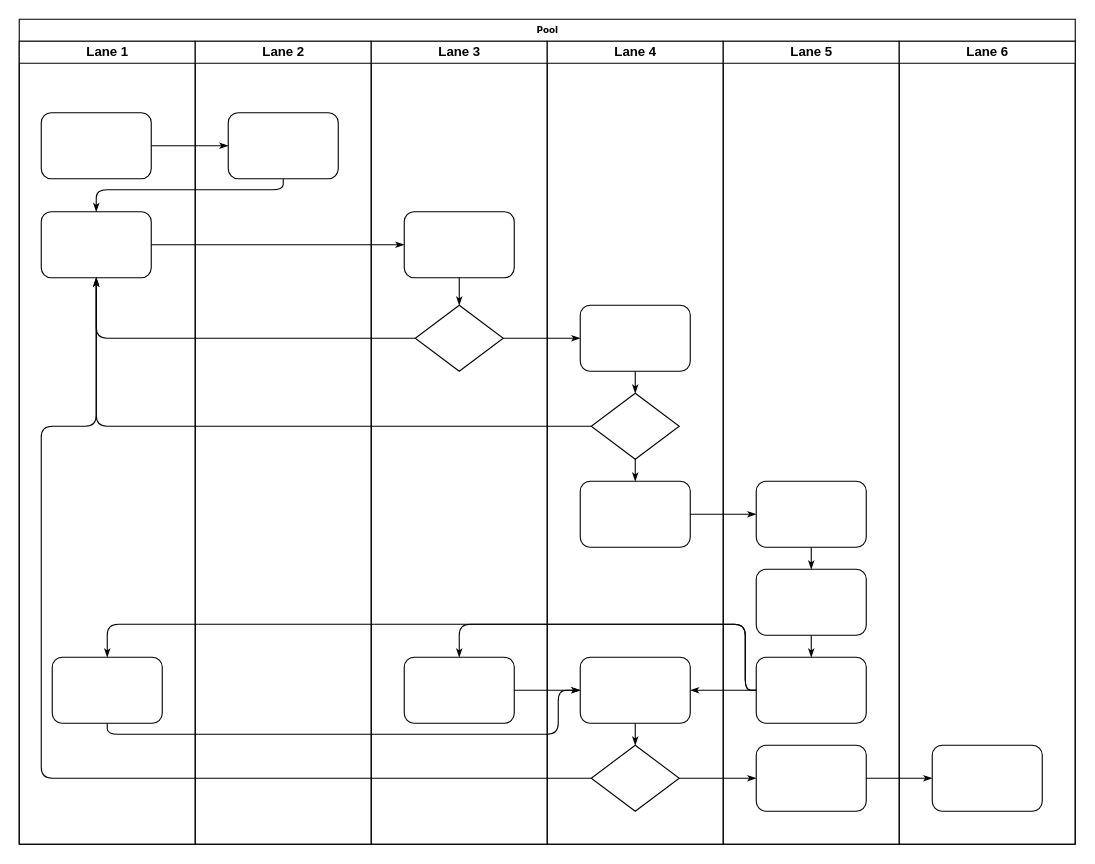
Above: 访客整体流程图.drawio in chwnjianhui/draw.io (draw.io), before the change. Source tidied: cells renumbered, new cells numbered last; positions are measured from the earlier drawing's top-left corner, leaving out a move shared by most shapes. Both pictures are drawn from the tidied source at 110%, with x=0, y=0 at pixel (19, 19).
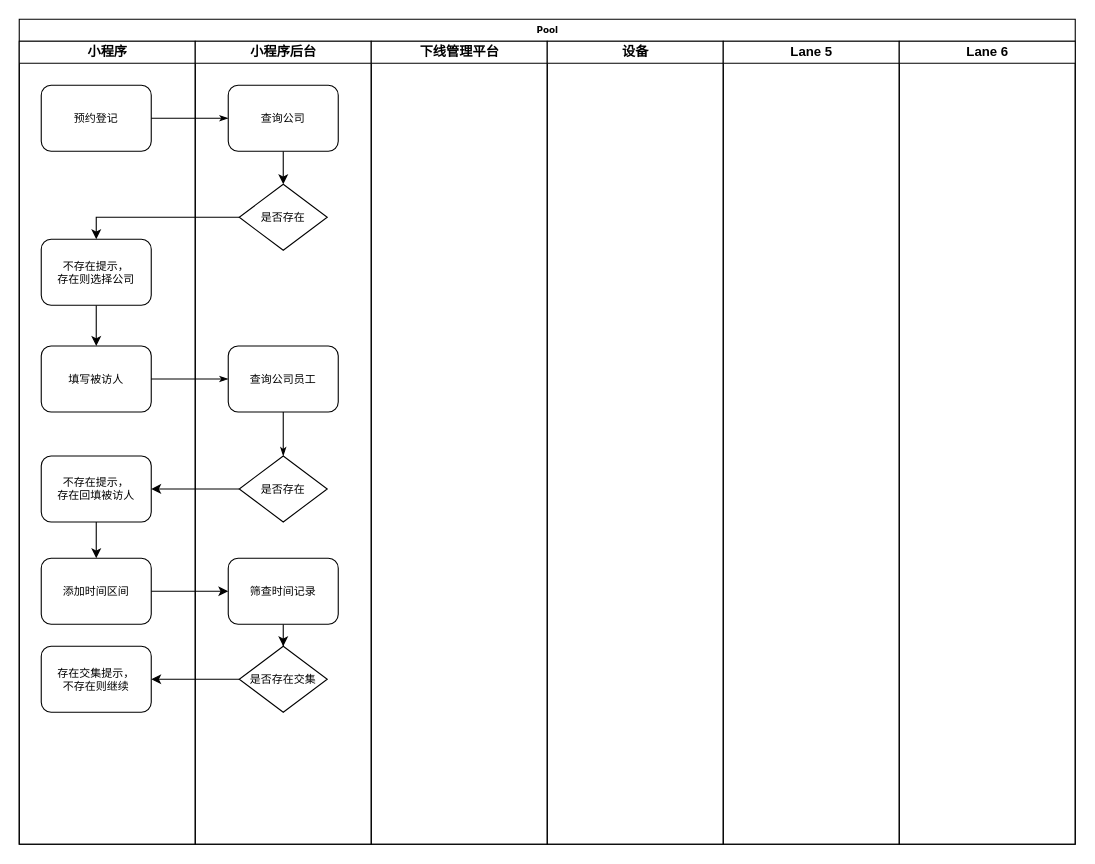
Above is the later version.

Commit message:
更新访客整体流程图.drawio

Unchanged cells that the change refers to:
```xml
<mxCell id="2" value="Pool" style="swimlane;html=1;startSize=20;rounded=0;shadow=0;labelBackgroundColor=none;strokeWidth=1;fontFamily=Verdana;fontSize=8;align=center;" parent="1" vertex="1">
  <mxGeometry width="960" height="750" as="geometry" />
</mxCell>
<mxCell id="38" value="Lane 5" style="swimlane;html=1;startSize=20;" parent="2" vertex="1">
  <mxGeometry x="640" y="20" width="160" height="730" as="geometry" />
</mxCell>
<mxCell id="45" value="Lane 6" style="swimlane;html=1;startSize=20;" parent="2" vertex="1">
  <mxGeometry x="800" y="20" width="160" height="730" as="geometry" />
</mxCell>
```

Diff of the diagram source:
```diff
@@
-    <mxCell id="3" value="Lane 1" style="swimlane;html=1;startSize=20;" parent="2" vertex="1">
+    <mxCell id="3" value="小程序" style="swimlane;html=1;startSize=20;" parent="2" vertex="1">
       <mxGeometry y="20" width="160" height="730" as="geometry" />
     </mxCell>
-    <mxCell id="4" style="rounded=1;whiteSpace=wrap;html=1;shadow=0;labelBackgroundColor=none;strokeWidth=1;fontFamily=Verdana;fontSize=8;align=center;" parent="3" vertex="1">
-      <mxGeometry x="20" y="65" width="100" height="60" as="geometry" />
-    </mxCell>
-    <mxCell id="5" style="rounded=1;whiteSpace=wrap;html=1;shadow=0;labelBackgroundColor=none;strokeWidth=1;fontFamily=Verdana;fontSize=8;align=center;" parent="3" vertex="1">
-      <mxGeometry x="20" y="155" width="100" height="60" as="geometry" />
-    </mxCell>
-    <mxCell id="6" style="rounded=1;whiteSpace=wrap;html=1;shadow=0;labelBackgroundColor=none;strokeWidth=1;fontFamily=Verdana;fontSize=8;align=center;" parent="3" vertex="1">
-      <mxGeometry x="30" y="560" width="100" height="60" as="geometry" />
-    </mxCell>
-    <mxCell id="7" style="edgeStyle=orthogonalEdgeStyle;rounded=1;html=1;labelBackgroundColor=none;startArrow=none;startFill=0;startSize=5;endArrow=classicThin;endFill=1;endSize=5;jettySize=auto;strokeWidth=1;fontFamily=Verdana;fontSize=8;" parent="2" edge="1" source="4" target="23">
-      <mxGeometry relative="1" as="geometry" />
-    </mxCell>
-    <mxCell id="8" style="edgeStyle=orthogonalEdgeStyle;rounded=1;html=1;labelBackgroundColor=none;startArrow=none;startFill=0;startSize=5;endArrow=classicThin;endFill=1;endSize=5;jettySize=auto;strokeWidth=1;fontFamily=Verdana;fontSize=8;" parent="2" edge="1" source="23" target="5">
-      <mxGeometry relative="1" as="geometry">
-        <Array as="points">
-          <mxPoint x="240" y="155" />
-          <mxPoint x="70" y="155" />
-        </Array>
-      </mxGeometry>
-    </mxCell>
-    <mxCell id="9" style="edgeStyle=orthogonalEdgeStyle;rounded=1;html=1;labelBackgroundColor=none;startArrow=none;startFill=0;startSize=5;endArrow=classicThin;endFill=1;endSize=5;jettySize=auto;strokeWidth=1;fontFamily=Verdana;fontSize=8;" parent="2" edge="1" source="5" target="25">
-      <mxGeometry relative="1" as="geometry" />
-    </mxCell>
-    <mxCell id="10" style="edgeStyle=orthogonalEdgeStyle;rounded=1;html=1;labelBackgroundColor=none;startArrow=none;startFill=0;startSize=5;endArrow=classicThin;endFill=1;endSize=5;jettySize=auto;strokeWidth=1;fontFamily=Verdana;fontSize=8;" parent="2" edge="1" source="26" target="5">
-      <mxGeometry relative="1" as="geometry" />
-    </mxCell>
-    <mxCell id="11" style="edgeStyle=orthogonalEdgeStyle;rounded=1;html=1;labelBackgroundColor=none;startArrow=none;startFill=0;startSize=5;endArrow=classicThin;endFill=1;endSize=5;jettySize=auto;strokeWidth=1;fontFamily=Verdana;fontSize=8;" parent="2" edge="1" source="31" target="5">
-      <mxGeometry relative="1" as="geometry" />
-    </mxCell>
-    <mxCell id="12" style="edgeStyle=orthogonalEdgeStyle;rounded=1;html=1;labelBackgroundColor=none;startArrow=none;startFill=0;startSize=5;endArrow=classicThin;endFill=1;endSize=5;jettySize=auto;strokeWidth=1;fontFamily=Verdana;fontSize=8;" parent="2" edge="1" source="34" target="5">
-      <mxGeometry relative="1" as="geometry">
-        <Array as="points">
-          <mxPoint x="20" y="690" />
-          <mxPoint x="20" y="370" />
-          <mxPoint x="70" y="370" />
-        </Array>
-      </mxGeometry>
-    </mxCell>
-    <mxCell id="13" style="edgeStyle=orthogonalEdgeStyle;rounded=1;html=1;labelBackgroundColor=none;startArrow=none;startFill=0;startSize=5;endArrow=classicThin;endFill=1;endSize=5;jettySize=auto;strokeWidth=1;fontFamily=Verdana;fontSize=8;" parent="2" edge="1" source="26" target="30">
-      <mxGeometry relative="1" as="geometry" />
-    </mxCell>
-    <mxCell id="14" style="edgeStyle=orthogonalEdgeStyle;rounded=1;html=1;labelBackgroundColor=none;startArrow=none;startFill=0;startSize=5;endArrow=classicThin;endFill=1;endSize=5;jettySize=auto;strokeWidth=1;fontFamily=Verdana;fontSize=8;" parent="2" edge="1" source="34" target="42">
-      <mxGeometry relative="1" as="geometry" />
-    </mxCell>
-    <mxCell id="15" style="edgeStyle=orthogonalEdgeStyle;rounded=1;html=1;labelBackgroundColor=none;startArrow=none;startFill=0;startSize=5;endArrow=classicThin;endFill=1;endSize=5;jettySize=auto;strokeWidth=1;fontFamily=Verdana;fontSize=8;" parent="2" edge="1" source="42" target="46">
-      <mxGeometry relative="1" as="geometry" />
-    </mxCell>
-    <mxCell id="16" style="edgeStyle=orthogonalEdgeStyle;rounded=1;html=1;labelBackgroundColor=none;startArrow=none;startFill=0;startSize=5;endArrow=classicThin;endFill=1;endSize=5;jettySize=auto;strokeWidth=1;fontFamily=Verdana;fontSize=8;" parent="2" edge="1" source="32" target="39">
-      <mxGeometry relative="1" as="geometry" />
-    </mxCell>
-    <mxCell id="17" style="edgeStyle=orthogonalEdgeStyle;rounded=1;html=1;labelBackgroundColor=none;startArrow=none;startFill=0;startSize=5;endArrow=classicThin;endFill=1;endSize=5;jettySize=auto;strokeWidth=1;fontFamily=Verdana;fontSize=8;" parent="2" edge="1" source="41" target="27">
-      <mxGeometry relative="1" as="geometry">
-        <Array as="points">
-          <mxPoint x="660" y="610" />
-          <mxPoint x="660" y="550" />
-          <mxPoint x="400" y="550" />
-        </Array>
-      </mxGeometry>
-    </mxCell>
-    <mxCell id="18" style="edgeStyle=orthogonalEdgeStyle;rounded=1;html=1;labelBackgroundColor=none;startArrow=none;startFill=0;startSize=5;endArrow=classicThin;endFill=1;endSize=5;jettySize=auto;strokeColor=#000000;strokeWidth=1;fontFamily=Verdana;fontSize=8;fontColor=#000000;" parent="2" edge="1" source="41" target="33">
-      <mxGeometry relative="1" as="geometry" />
-    </mxCell>
-    <mxCell id="19" style="edgeStyle=orthogonalEdgeStyle;rounded=1;html=1;labelBackgroundColor=none;startArrow=none;startFill=0;startSize=5;endArrow=classicThin;endFill=1;endSize=5;jettySize=auto;strokeWidth=1;fontFamily=Verdana;fontSize=8;" parent="2" edge="1" source="41" target="6">
-      <mxGeometry relative="1" as="geometry">
-        <Array as="points">
-          <mxPoint x="660" y="610" />
-          <mxPoint x="660" y="550" />
-          <mxPoint x="80" y="550" />
-        </Array>
-      </mxGeometry>
-    </mxCell>
-    <mxCell id="20" style="edgeStyle=orthogonalEdgeStyle;rounded=1;html=1;labelBackgroundColor=none;startArrow=none;startFill=0;startSize=5;endArrow=classicThin;endFill=1;endSize=5;jettySize=auto;strokeWidth=1;fontFamily=Verdana;fontSize=8;" parent="2" edge="1" source="6" target="33">
-      <mxGeometry relative="1" as="geometry">
-        <Array as="points">
-          <mxPoint x="80" y="650" />
-          <mxPoint x="490" y="650" />
-          <mxPoint x="490" y="610" />
-        </Array>
-      </mxGeometry>
-    </mxCell>
-    <mxCell id="21" style="edgeStyle=orthogonalEdgeStyle;rounded=1;html=1;labelBackgroundColor=none;startArrow=none;startFill=0;startSize=5;endArrow=classicThin;endFill=1;endSize=5;jettySize=auto;strokeWidth=1;fontFamily=Verdana;fontSize=8;" parent="2" edge="1" source="27" target="33">
-      <mxGeometry relative="1" as="geometry" />
-    </mxCell>
-    <mxCell id="22" value="Lane 2" style="swimlane;html=1;startSize=20;" parent="2" vertex="1">
+    <mxCell id="22" value="小程序后台" style="swimlane;html=1;startSize=20;" parent="2" vertex="1">
       <mxGeometry x="160" y="20" width="160" height="730" as="geometry" />
     </mxCell>
-    <mxCell id="23" style="rounded=1;whiteSpace=wrap;html=1;shadow=0;labelBackgroundColor=none;strokeWidth=1;fontFamily=Verdana;fontSize=8;align=center;" parent="22" vertex="1">
-      <mxGeometry x="30" y="65" width="100" height="60" as="geometry" />
-    </mxCell>
-    <mxCell id="24" value="Lane 3" style="swimlane;html=1;startSize=20;" parent="2" vertex="1">
+    <mxCell id="24" value="下线管理平台" style="swimlane;html=1;startSize=20;" parent="2" vertex="1">
       <mxGeometry x="320" y="20" width="160" height="730" as="geometry" />
     </mxCell>
-    <mxCell id="25" style="rounded=1;whiteSpace=wrap;html=1;shadow=0;labelBackgroundColor=none;strokeWidth=1;fontFamily=Verdana;fontSize=8;align=center;" parent="24" vertex="1">
-      <mxGeometry x="30" y="155" width="100" height="60" as="geometry" />
-    </mxCell>
-    <mxCell id="26" style="rhombus;whiteSpace=wrap;html=1;rounded=0;shadow=0;labelBackgroundColor=none;strokeWidth=1;fontFamily=Verdana;fontSize=8;align=center;" parent="24" vertex="1">
-      <mxGeometry x="40" y="240" width="80" height="60" as="geometry" />
-    </mxCell>
-    <mxCell id="27" style="rounded=1;whiteSpace=wrap;html=1;shadow=0;labelBackgroundColor=none;strokeWidth=1;fontFamily=Verdana;fontSize=8;align=center;" parent="24" vertex="1">
-      <mxGeometry x="30" y="560" width="100" height="60" as="geometry" />
-    </mxCell>
-    <mxCell id="28" style="edgeStyle=orthogonalEdgeStyle;rounded=1;html=1;labelBackgroundColor=none;startArrow=none;startFill=0;startSize=5;endArrow=classicThin;endFill=1;endSize=5;jettySize=auto;strokeWidth=1;fontFamily=Verdana;fontSize=8;" parent="24" edge="1" source="25" target="26">
-      <mxGeometry relative="1" as="geometry" />
-    </mxCell>
-    <mxCell id="29" value="Lane 4" style="swimlane;html=1;startSize=20;" parent="2" vertex="1">
+    <mxCell id="29" value="设备" style="swimlane;html=1;startSize=20;" parent="2" vertex="1">
       <mxGeometry x="480" y="20" width="160" height="730" as="geometry" />
     </mxCell>
-    <mxCell id="30" style="rounded=1;whiteSpace=wrap;html=1;shadow=0;labelBackgroundColor=none;strokeWidth=1;fontFamily=Verdana;fontSize=8;align=center;" parent="29" vertex="1">
-      <mxGeometry x="30" y="240" width="100" height="60" as="geometry" />
-    </mxCell>
-    <mxCell id="31" style="rhombus;whiteSpace=wrap;html=1;rounded=0;shadow=0;labelBackgroundColor=none;strokeWidth=1;fontFamily=Verdana;fontSize=8;align=center;" parent="29" vertex="1">
-      <mxGeometry x="40" y="320" width="80" height="60" as="geometry" />
-    </mxCell>
-    <mxCell id="32" style="rounded=1;whiteSpace=wrap;html=1;shadow=0;labelBackgroundColor=none;strokeWidth=1;fontFamily=Verdana;fontSize=8;align=center;" parent="29" vertex="1">
-      <mxGeometry x="30" y="400" width="100" height="60" as="geometry" />
-    </mxCell>
-    <mxCell id="33" style="rounded=1;whiteSpace=wrap;html=1;shadow=0;labelBackgroundColor=none;strokeWidth=1;fontFamily=Verdana;fontSize=8;align=center;" parent="29" vertex="1">
-      <mxGeometry x="30" y="560" width="100" height="60" as="geometry" />
-    </mxCell>
-    <mxCell id="34" style="rhombus;whiteSpace=wrap;html=1;rounded=0;shadow=0;labelBackgroundColor=none;strokeWidth=1;fontFamily=Verdana;fontSize=8;align=center;" parent="29" vertex="1">
-      <mxGeometry x="40" y="640" width="80" height="60" as="geometry" />
-    </mxCell>
-    <mxCell id="35" style="edgeStyle=orthogonalEdgeStyle;rounded=1;html=1;labelBackgroundColor=none;startArrow=none;startFill=0;startSize=5;endArrow=classicThin;endFill=1;endSize=5;jettySize=auto;strokeColor=#000000;strokeWidth=1;fontFamily=Verdana;fontSize=8;fontColor=#000000;" parent="29" edge="1" source="30" target="31">
-      <mxGeometry relative="1" as="geometry" />
-    </mxCell>
-    <mxCell id="36" style="edgeStyle=orthogonalEdgeStyle;rounded=1;html=1;labelBackgroundColor=none;startArrow=none;startFill=0;startSize=5;endArrow=classicThin;endFill=1;endSize=5;jettySize=auto;strokeWidth=1;fontFamily=Verdana;fontSize=8;" parent="29" edge="1" source="31" target="32">
-      <mxGeometry relative="1" as="geometry" />
-    </mxCell>
-    <mxCell id="37" style="edgeStyle=orthogonalEdgeStyle;rounded=1;html=1;labelBackgroundColor=none;startArrow=none;startFill=0;startSize=5;endArrow=classicThin;endFill=1;endSize=5;jettySize=auto;strokeWidth=1;fontFamily=Verdana;fontSize=8;" parent="29" edge="1" source="33" target="34">
-      <mxGeometry relative="1" as="geometry" />
-    </mxCell>
@@
-    <mxCell id="39" style="rounded=1;whiteSpace=wrap;html=1;shadow=0;labelBackgroundColor=none;strokeWidth=1;fontFamily=Verdana;fontSize=8;align=center;" parent="38" vertex="1">
-      <mxGeometry x="30" y="400" width="100" height="60" as="geometry" />
-    </mxCell>
-    <mxCell id="40" style="rounded=1;whiteSpace=wrap;html=1;shadow=0;labelBackgroundColor=none;strokeWidth=1;fontFamily=Verdana;fontSize=8;align=center;" parent="38" vertex="1">
-      <mxGeometry x="30" y="480" width="100" height="60" as="geometry" />
-    </mxCell>
-    <mxCell id="41" style="rounded=1;whiteSpace=wrap;html=1;shadow=0;labelBackgroundColor=none;strokeWidth=1;fontFamily=Verdana;fontSize=8;align=center;" parent="38" vertex="1">
-      <mxGeometry x="30" y="560" width="100" height="60" as="geometry" />
-    </mxCell>
-    <mxCell id="42" style="rounded=1;whiteSpace=wrap;html=1;shadow=0;labelBackgroundColor=none;strokeWidth=1;fontFamily=Verdana;fontSize=8;align=center;" parent="38" vertex="1">
-      <mxGeometry x="30" y="640" width="100" height="60" as="geometry" />
-    </mxCell>
-    <mxCell id="43" style="edgeStyle=orthogonalEdgeStyle;rounded=1;html=1;labelBackgroundColor=none;startArrow=none;startFill=0;startSize=5;endArrow=classicThin;endFill=1;endSize=5;jettySize=auto;strokeWidth=1;fontFamily=Verdana;fontSize=8;" parent="38" edge="1" source="39" target="40">
-      <mxGeometry relative="1" as="geometry" />
-    </mxCell>
-    <mxCell id="44" style="edgeStyle=orthogonalEdgeStyle;rounded=1;html=1;labelBackgroundColor=none;startArrow=none;startFill=0;startSize=5;endArrow=classicThin;endFill=1;endSize=5;jettySize=auto;strokeWidth=1;fontFamily=Verdana;fontSize=8;" parent="38" edge="1" source="40" target="41">
-      <mxGeometry relative="1" as="geometry" />
-    </mxCell>
@@
-    <mxCell id="46" style="rounded=1;whiteSpace=wrap;html=1;shadow=0;labelBackgroundColor=none;strokeWidth=1;fontFamily=Verdana;fontSize=8;align=center;" parent="45" vertex="1">
-      <mxGeometry x="30" y="640" width="100" height="60" as="geometry" />
-    </mxCell>
+    <mxCell id="47" value="预约登记" style="rounded=1;whiteSpace=wrap;html=1;shadow=0;labelBackgroundColor=none;strokeWidth=1;fontFamily=Verdana;fontSize=10;align=center;" parent="1" vertex="1">
+      <mxGeometry x="20" y="60" width="100" height="60" as="geometry" />
+    </mxCell>
+    <mxCell id="48" style="edgeStyle=orthogonalEdgeStyle;rounded=0;jettySize=auto;html=1;fontSize=10;" parent="1" edge="1" source="49" target="52">
+      <mxGeometry relative="1" as="geometry" />
+    </mxCell>
+    <mxCell id="49" value="不存在提示，&lt;br&gt;存在则选择公司" style="rounded=1;whiteSpace=wrap;html=1;shadow=0;labelBackgroundColor=none;strokeWidth=1;fontFamily=Verdana;fontSize=10;align=center;" parent="1" vertex="1">
+      <mxGeometry x="20" y="200" width="100" height="60" as="geometry" />
+    </mxCell>
+    <mxCell id="50" style="edgeStyle=orthogonalEdgeStyle;rounded=0;jettySize=auto;html=1;fontSize=10;" parent="1" edge="1" source="51" target="53">
+      <mxGeometry relative="1" as="geometry" />
+    </mxCell>
+    <mxCell id="51" value="不存在提示，&lt;br&gt;存在回填被访人" style="rounded=1;whiteSpace=wrap;html=1;shadow=0;labelBackgroundColor=none;strokeWidth=1;fontFamily=Verdana;fontSize=10;align=center;" parent="1" vertex="1">
+      <mxGeometry x="20" y="397" width="100" height="60" as="geometry" />
+    </mxCell>
+    <mxCell id="52" value="填写被访人" style="rounded=1;whiteSpace=wrap;html=1;shadow=0;labelBackgroundColor=none;strokeWidth=1;fontFamily=Verdana;fontSize=10;align=center;" parent="1" vertex="1">
+      <mxGeometry x="20" y="297" width="100" height="60" as="geometry" />
+    </mxCell>
+    <mxCell id="53" value="添加时间区间" style="rounded=1;whiteSpace=wrap;html=1;shadow=0;labelBackgroundColor=none;strokeWidth=1;fontFamily=Verdana;fontSize=10;align=center;" parent="1" vertex="1">
+      <mxGeometry x="20" y="490" width="100" height="60" as="geometry" />
+    </mxCell>
+    <mxCell id="54" value="存在交集提示，&lt;br&gt;不存在则继续" style="rounded=1;whiteSpace=wrap;html=1;shadow=0;labelBackgroundColor=none;strokeWidth=1;fontFamily=Verdana;fontSize=10;align=center;" parent="1" vertex="1">
+      <mxGeometry x="20" y="570" width="100" height="60" as="geometry" />
+    </mxCell>
+    <mxCell id="55" style="edgeStyle=orthogonalEdgeStyle;rounded=1;html=1;labelBackgroundColor=none;startArrow=none;startFill=0;startSize=5;endArrow=classicThin;endFill=1;endSize=5;jettySize=auto;strokeWidth=1;fontFamily=Verdana;fontSize=10;" parent="1" edge="1" source="47" target="59">
+      <mxGeometry relative="1" as="geometry" />
+    </mxCell>
+    <mxCell id="56" style="edgeStyle=orthogonalEdgeStyle;rounded=1;html=1;labelBackgroundColor=none;startArrow=none;startFill=0;startSize=5;endArrow=classicThin;endFill=1;endSize=5;jettySize=auto;strokeWidth=1;fontFamily=Verdana;fontSize=10;exitX=1;exitY=0.5;exitDx=0;exitDy=0;exitPerimeter=0;" parent="1" edge="1" source="52" target="60">
+      <mxGeometry relative="1" as="geometry" />
+    </mxCell>
+    <mxCell id="57" style="edgeStyle=orthogonalEdgeStyle;rounded=0;jettySize=auto;html=1;fontSize=10;" parent="1" edge="1" source="61" target="51">
+      <mxGeometry relative="1" as="geometry" />
+    </mxCell>
+    <mxCell id="58" style="edgeStyle=orthogonalEdgeStyle;rounded=0;jettySize=auto;html=1;fontSize=10;" parent="1" edge="1" source="59" target="63">
+      <mxGeometry relative="1" as="geometry" />
+    </mxCell>
+    <mxCell id="59" value="查询公司" style="rounded=1;whiteSpace=wrap;html=1;shadow=0;labelBackgroundColor=none;strokeWidth=1;fontFamily=Verdana;fontSize=10;align=center;" parent="1" vertex="1">
+      <mxGeometry x="190" y="60" width="100" height="60" as="geometry" />
+    </mxCell>
+    <mxCell id="60" value="查询公司员工" style="rounded=1;whiteSpace=wrap;html=1;shadow=0;labelBackgroundColor=none;strokeWidth=1;fontFamily=Verdana;fontSize=10;align=center;" parent="1" vertex="1">
+      <mxGeometry x="190" y="297" width="100" height="60" as="geometry" />
+    </mxCell>
+    <mxCell id="61" value="是否存在" style="rhombus;whiteSpace=wrap;html=1;rounded=0;shadow=0;labelBackgroundColor=none;strokeWidth=1;fontFamily=Verdana;fontSize=10;align=center;" parent="1" vertex="1">
+      <mxGeometry x="200" y="397" width="80" height="60" as="geometry" />
+    </mxCell>
+    <mxCell id="62" style="edgeStyle=orthogonalEdgeStyle;rounded=1;html=1;labelBackgroundColor=none;startArrow=none;startFill=0;startSize=5;endArrow=classicThin;endFill=1;endSize=5;jettySize=auto;strokeWidth=1;fontFamily=Verdana;fontSize=10;exitX=0.5;exitY=1;exitDx=0;exitDy=0;" parent="1" edge="1" source="60" target="61">
+      <mxGeometry relative="1" as="geometry" />
+    </mxCell>
+    <mxCell id="63" value="是否存在" style="rhombus;whiteSpace=wrap;html=1;rounded=0;shadow=0;labelBackgroundColor=none;strokeWidth=1;fontFamily=Verdana;fontSize=10;align=center;" parent="1" vertex="1">
+      <mxGeometry x="200" y="150" width="80" height="60" as="geometry" />
+    </mxCell>
+    <mxCell id="64" style="edgeStyle=orthogonalEdgeStyle;rounded=0;jettySize=auto;html=1;fontSize=10;" parent="1" edge="1" source="65" target="66">
+      <mxGeometry relative="1" as="geometry" />
+    </mxCell>
+    <mxCell id="65" value="筛查时间记录" style="rounded=1;whiteSpace=wrap;html=1;shadow=0;labelBackgroundColor=none;strokeWidth=1;fontFamily=Verdana;fontSize=10;align=center;" parent="1" vertex="1">
+      <mxGeometry x="190" y="490" width="100" height="60" as="geometry" />
+    </mxCell>
+    <mxCell id="66" value="是否存在交集" style="rhombus;whiteSpace=wrap;html=1;rounded=0;shadow=0;labelBackgroundColor=none;strokeWidth=1;fontFamily=Verdana;fontSize=10;align=center;" parent="1" vertex="1">
+      <mxGeometry x="200" y="570" width="80" height="60" as="geometry" />
+    </mxCell>
+    <mxCell id="67" style="edgeStyle=orthogonalEdgeStyle;rounded=0;jettySize=auto;html=1;entryX=0.5;entryY=0;entryDx=0;entryDy=0;fontSize=10;" parent="1" edge="1" source="63" target="49">
+      <mxGeometry relative="1" as="geometry" />
+    </mxCell>
+    <mxCell id="68" style="edgeStyle=orthogonalEdgeStyle;rounded=0;jettySize=auto;html=1;fontSize=10;" parent="1" edge="1" source="53" target="65">
+      <mxGeometry relative="1" as="geometry" />
+    </mxCell>
+    <mxCell id="69" style="edgeStyle=orthogonalEdgeStyle;rounded=0;jettySize=auto;html=1;fontSize=10;" parent="1" edge="1" source="66" target="54">
+      <mxGeometry relative="1" as="geometry" />
+    </mxCell>
```
